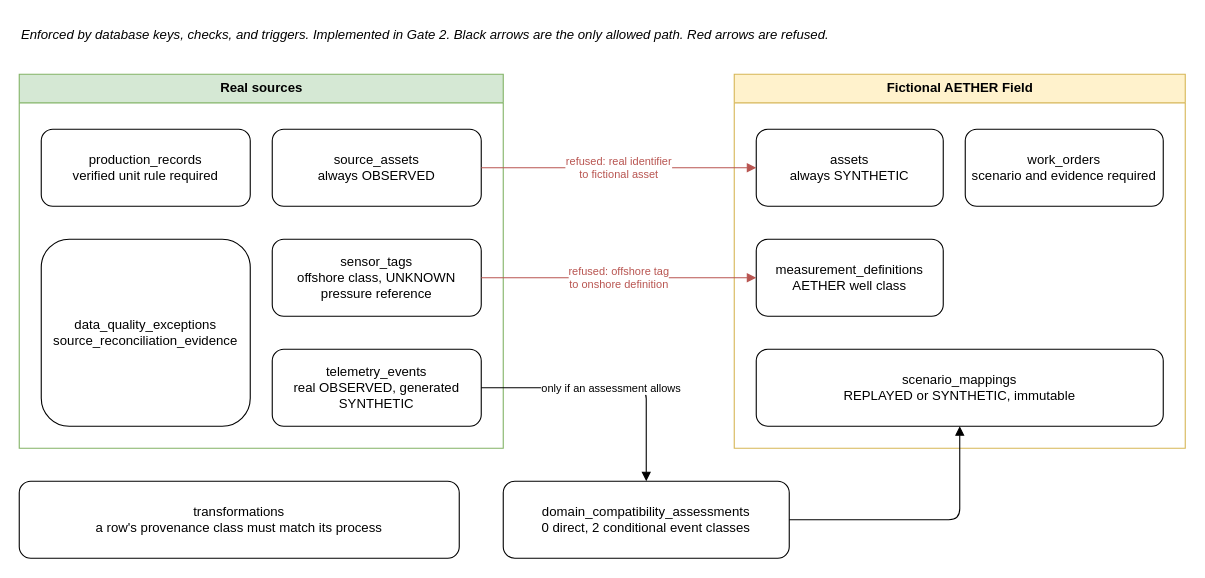
The draw.io diagram page "Canonical boundaries (Gate 3)" (3 of 4) of docs/architecture.drawio in abh2050/fieldtwin, before the edit. Source tidied: cells renumbered, new cells numbered last; positions are measured from the earlier drawing's top-left corner, leaving out a move shared by most shapes. Both pictures are drawn from the tidied source at 110%, with x=0, y=0 at pixel (19, 19).
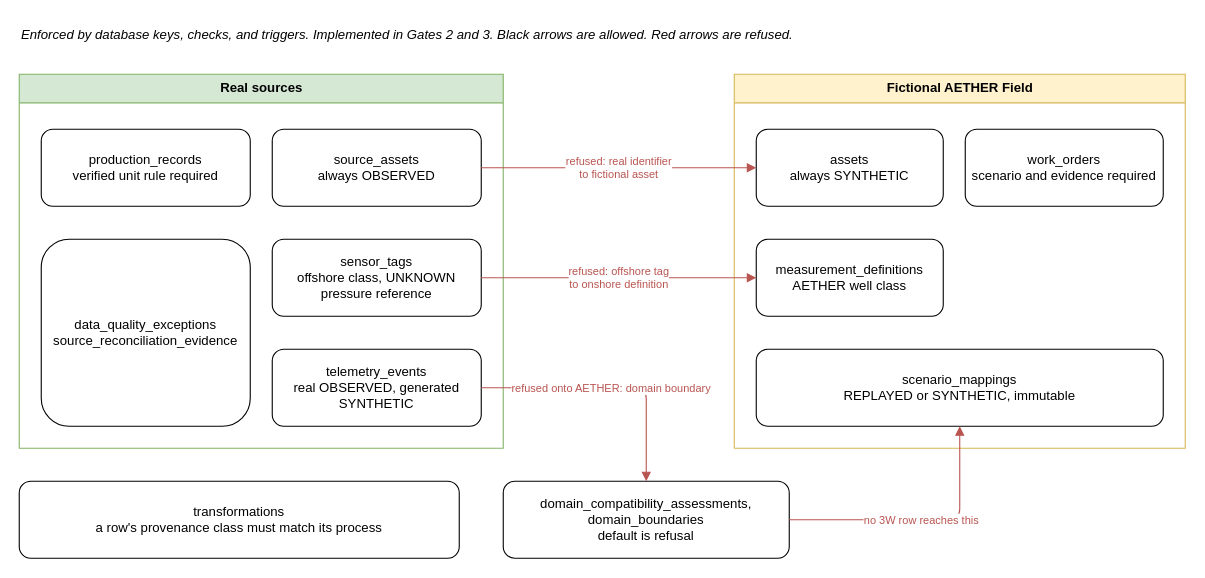
After the change.

Diff of the diagram source:
```diff
@@
 <mxGraphModel>
   <root>
     <mxCell id="0" />
     <mxCell id="1" parent="0" />
-    <mxCell id="2" value="Enforced by database keys, checks, and triggers. Implemented in Gate 2. Black arrows are the only allowed path. Red arrows are refused." style="text;html=1;align=left;fontStyle=2;" parent="1" vertex="1">
+    <mxCell id="2" value="Enforced by database keys, checks, and triggers. Implemented in Gates 2 and 3. Black arrows are allowed. Red arrows are refused." style="text;html=1;align=left;fontStyle=2;" parent="1" vertex="1">
       <mxGeometry width="1020" height="30" as="geometry" />
     </mxCell>
     <mxCell id="3" value="Real sources" style="swimlane;startSize=26;fillColor=#d5e8d4;strokeColor=#82b366;html=1;" parent="1" vertex="1">
       <mxGeometry y="50" width="440" height="340" as="geometry" />
     </mxCell>
     <mxCell id="4" value="production_records&#10;verified unit rule required" style="rounded=1;whiteSpace=wrap;html=1;" parent="3" vertex="1">
       <mxGeometry x="20" y="50" width="190" height="70" as="geometry" />
     </mxCell>
     <mxCell id="5" value="data_quality_exceptions&#10;source_reconciliation_evidence" style="rounded=1;whiteSpace=wrap;html=1;" parent="3" vertex="1">
       <mxGeometry x="20" y="150" width="190" height="170" as="geometry" />
     </mxCell>
     <mxCell id="6" value="source_assets&#10;always OBSERVED" style="rounded=1;whiteSpace=wrap;html=1;" parent="3" vertex="1">
       <mxGeometry x="230" y="50" width="190" height="70" as="geometry" />
     </mxCell>
     <mxCell id="7" value="sensor_tags&#10;offshore class, UNKNOWN pressure reference" style="rounded=1;whiteSpace=wrap;html=1;" parent="3" vertex="1">
       <mxGeometry x="230" y="150" width="190" height="70" as="geometry" />
     </mxCell>
     <mxCell id="8" value="telemetry_events&#10;real OBSERVED, generated SYNTHETIC" style="rounded=1;whiteSpace=wrap;html=1;" parent="3" vertex="1">
       <mxGeometry x="230" y="250" width="190" height="70" as="geometry" />
     </mxCell>
     <mxCell id="9" value="Fictional AETHER Field" style="swimlane;startSize=26;fillColor=#fff2cc;strokeColor=#d6b656;html=1;" parent="1" vertex="1">
       <mxGeometry x="650" y="50" width="410" height="340" as="geometry" />
     </mxCell>
     <mxCell id="10" value="assets&#10;always SYNTHETIC" style="rounded=1;whiteSpace=wrap;html=1;" parent="9" vertex="1">
       <mxGeometry x="20" y="50" width="170" height="70" as="geometry" />
     </mxCell>
     <mxCell id="11" value="work_orders&#10;scenario and evidence required" style="rounded=1;whiteSpace=wrap;html=1;" parent="9" vertex="1">
       <mxGeometry x="210" y="50" width="180" height="70" as="geometry" />
     </mxCell>
     <mxCell id="12" value="measurement_definitions&#10;AETHER well class" style="rounded=1;whiteSpace=wrap;html=1;" parent="9" vertex="1">
       <mxGeometry x="20" y="150" width="170" height="70" as="geometry" />
     </mxCell>
     <mxCell id="13" value="scenario_mappings&#10;REPLAYED or SYNTHETIC, immutable" style="rounded=1;whiteSpace=wrap;html=1;" parent="9" vertex="1">
       <mxGeometry x="20" y="250" width="370" height="70" as="geometry" />
     </mxCell>
     <mxCell id="14" value="transformations&#10;a row's provenance class must match its process" style="rounded=1;whiteSpace=wrap;html=1;" parent="1" vertex="1">
       <mxGeometry y="420" width="400" height="70" as="geometry" />
     </mxCell>
-    <mxCell id="15" value="domain_compatibility_assessments&#10;0 direct, 2 conditional event classes" style="rounded=1;whiteSpace=wrap;html=1;" parent="1" vertex="1">
+    <mxCell id="15" value="domain_compatibility_assessments, domain_boundaries&#10;default is refusal" style="rounded=1;whiteSpace=wrap;html=1;" parent="1" vertex="1">
       <mxGeometry x="440" y="420" width="260" height="70" as="geometry" />
     </mxCell>
     <mxCell id="16" value="refused: real identifier&#10;to fictional asset" style="endArrow=block;html=1;strokeColor=#b85450;fontColor=#b85450;fontSize=10;labelBackgroundColor=#ffffff;" parent="1" edge="1" source="6" target="10">
       <mxGeometry relative="1" as="geometry" />
     </mxCell>
     <mxCell id="17" value="refused: offshore tag&#10;to onshore definition" style="endArrow=block;html=1;strokeColor=#b85450;fontColor=#b85450;fontSize=10;labelBackgroundColor=#ffffff;" parent="1" edge="1" source="7" target="12">
       <mxGeometry relative="1" as="geometry" />
     </mxCell>
-    <mxCell id="18" value="only if an assessment allows" style="endArrow=block;html=1;fontSize=10;labelBackgroundColor=#ffffff;edgeStyle=orthogonalEdgeStyle;exitX=1;exitY=0.5;entryX=0.5;entryY=0;" parent="1" edge="1" source="8" target="15">
+    <mxCell id="18" value="refused onto AETHER: domain boundary" style="endArrow=block;html=1;strokeColor=#b85450;fontColor=#b85450;fontSize=10;labelBackgroundColor=#ffffff;edgeStyle=orthogonalEdgeStyle;exitX=1;exitY=0.5;entryX=0.5;entryY=0;" parent="1" edge="1" source="8" target="15">
       <mxGeometry relative="1" as="geometry" />
     </mxCell>
-    <mxCell id="19" style="endArrow=block;html=1;edgeStyle=orthogonalEdgeStyle;exitX=1;exitY=0.5;entryX=0.5;entryY=1;" parent="1" edge="1" source="15" target="13">
+    <mxCell id="19" value="no 3W row reaches this" style="endArrow=block;html=1;strokeColor=#b85450;fontColor=#b85450;fontSize=10;labelBackgroundColor=#ffffff;edgeStyle=orthogonalEdgeStyle;exitX=1;exitY=0.5;entryX=0.5;entryY=1;" parent="1" edge="1" source="15" target="13">
       <mxGeometry relative="1" as="geometry" />
     </mxCell>
   </root>
 </mxGraphModel>
```
